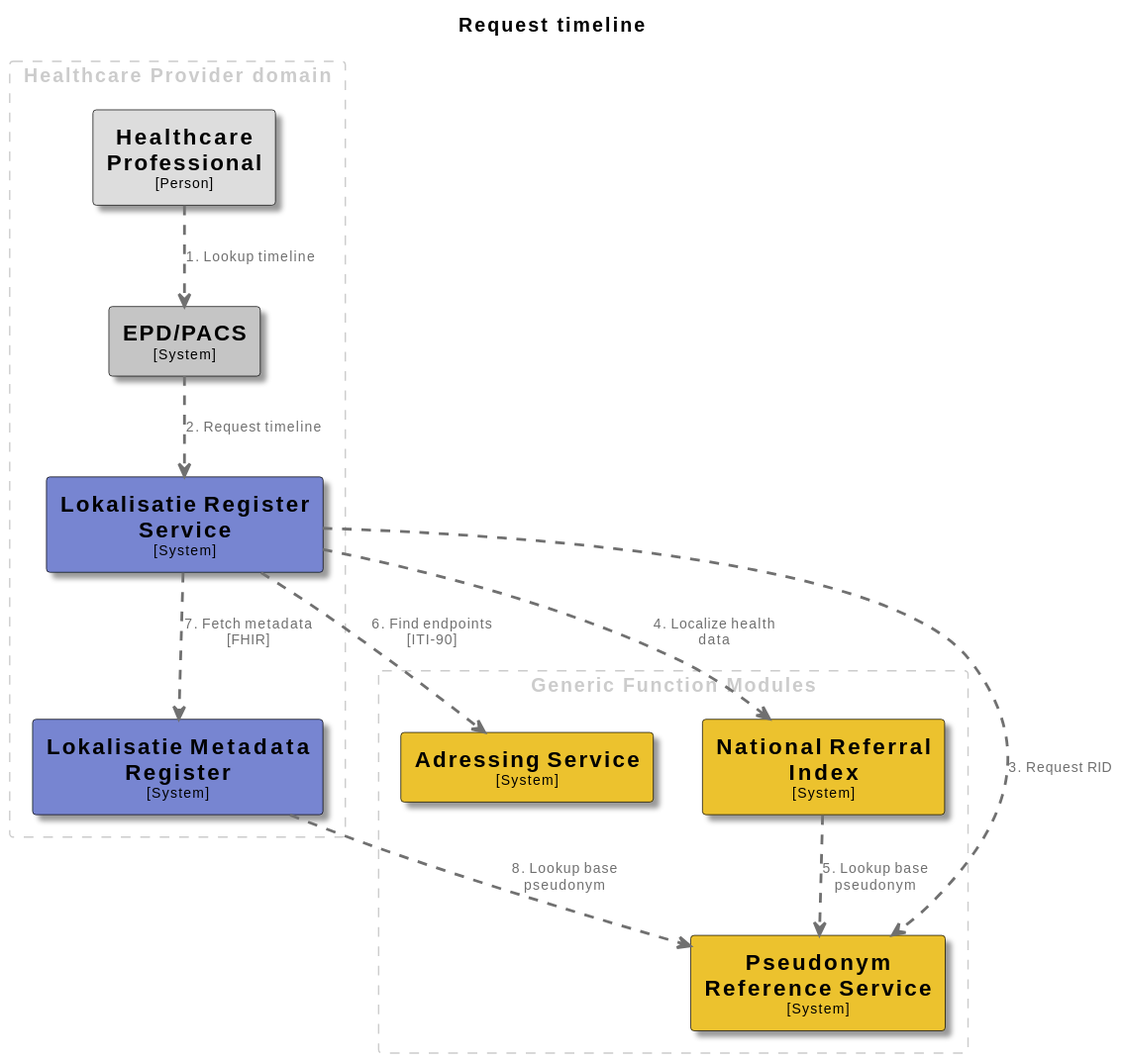
minvws/gfmodules-coordination keeps this PlantUML diagram as docs/images/structurizr-RequestTimeline.svg. Above is the earlier version. Its diagram source:
```plantuml
@startuml
set separator none
title Request timeline

top to bottom direction

skinparam {
  arrowFontSize 10
  defaultTextAlignment center
  wrapWidth 200
  maxMessageSize 100
}

hide stereotype

skinparam rectangle<<AdressingService>> {
  BackgroundColor #ecc22e
  FontColor #000000
  BorderColor #000000
  shadowing true
}
skinparam rectangle<<EPDPACS>> {
  BackgroundColor #c5c5c5
  FontColor #000000
  BorderColor #000000
  shadowing true
}
skinparam rectangle<<HealthcareProfessional>> {
  BackgroundColor #dddddd
  FontColor #000000
  BorderColor #000000
  shadowing true
}
skinparam rectangle<<LokalisatieMetadataRegister>> {
  BackgroundColor #7785d1
  FontColor #000000
  BorderColor #000000
  shadowing true
}
skinparam rectangle<<LokalisatieRegisterService>> {
  BackgroundColor #7785d1
  FontColor #000000
  BorderColor #000000
  shadowing true
}
skinparam rectangle<<NationalReferralIndex>> {
  BackgroundColor #ecc22e
  FontColor #000000
  BorderColor #000000
  shadowing true
}
skinparam rectangle<<PseudonymReferenceService>> {
  BackgroundColor #ecc22e
  FontColor #000000
  BorderColor #000000
  shadowing true
}

rectangle "Generic Function Modules" <<group1>> as group1 {
  skinparam RectangleBorderColor<<group1>> #cccccc
  skinparam RectangleFontColor<<group1>> #cccccc
  skinparam RectangleBorderStyle<<group1>> dashed

  rectangle "==Pseudonym Reference Service\n<size:10>[System]</size>" <<PseudonymReferenceService>> as PseudonymReferenceService
  rectangle "==Adressing Service\n<size:10>[System]</size>" <<AdressingService>> as AdressingService
  rectangle "==National Referral Index\n<size:10>[System]</size>" <<NationalReferralIndex>> as NationalReferralIndex
}

rectangle "Healthcare Provider domain" <<group2>> as group2 {
  skinparam RectangleBorderColor<<group2>> #cccccc
  skinparam RectangleFontColor<<group2>> #cccccc
  skinparam RectangleBorderStyle<<group2>> dashed

  rectangle "==Lokalisatie Metadata Register\n<size:10>[System]</size>" <<LokalisatieMetadataRegister>> as LokalisatieMetadataRegister
  rectangle "==Lokalisatie Register Service\n<size:10>[System]</size>" <<LokalisatieRegisterService>> as LokalisatieRegisterService
  rectangle "==Healthcare Professional\n<size:10>[Person]</size>" <<HealthcareProfessional>> as HealthcareProfessional
  rectangle "==EPD/PACS\n<size:10>[System]</size>" <<EPDPACS>> as EPDPACS
}

HealthcareProfessional .[#707070,thickness=2].> EPDPACS : "<color:#707070>1. Lookup timeline"
EPDPACS .[#707070,thickness=2].> LokalisatieRegisterService : "<color:#707070>2. Request timeline"
LokalisatieRegisterService .[#707070,thickness=2].> PseudonymReferenceService : "<color:#707070>3. Request RID"
LokalisatieRegisterService .[#707070,thickness=2].> NationalReferralIndex : "<color:#707070>4. Localize health data"
NationalReferralIndex .[#707070,thickness=2].> PseudonymReferenceService : "<color:#707070>5. Lookup base pseudonym"
LokalisatieRegisterService .[#707070,thickness=2].> AdressingService : "<color:#707070>6. Find endpoints [ITI-90]"
LokalisatieRegisterService .[#707070,thickness=2].> LokalisatieMetadataRegister : "<color:#707070>7. Fetch metadata [FHIR]"
LokalisatieMetadataRegister .[#707070,thickness=2].> PseudonymReferenceService : "<color:#707070>8. Lookup base pseudonym"
@enduml
```
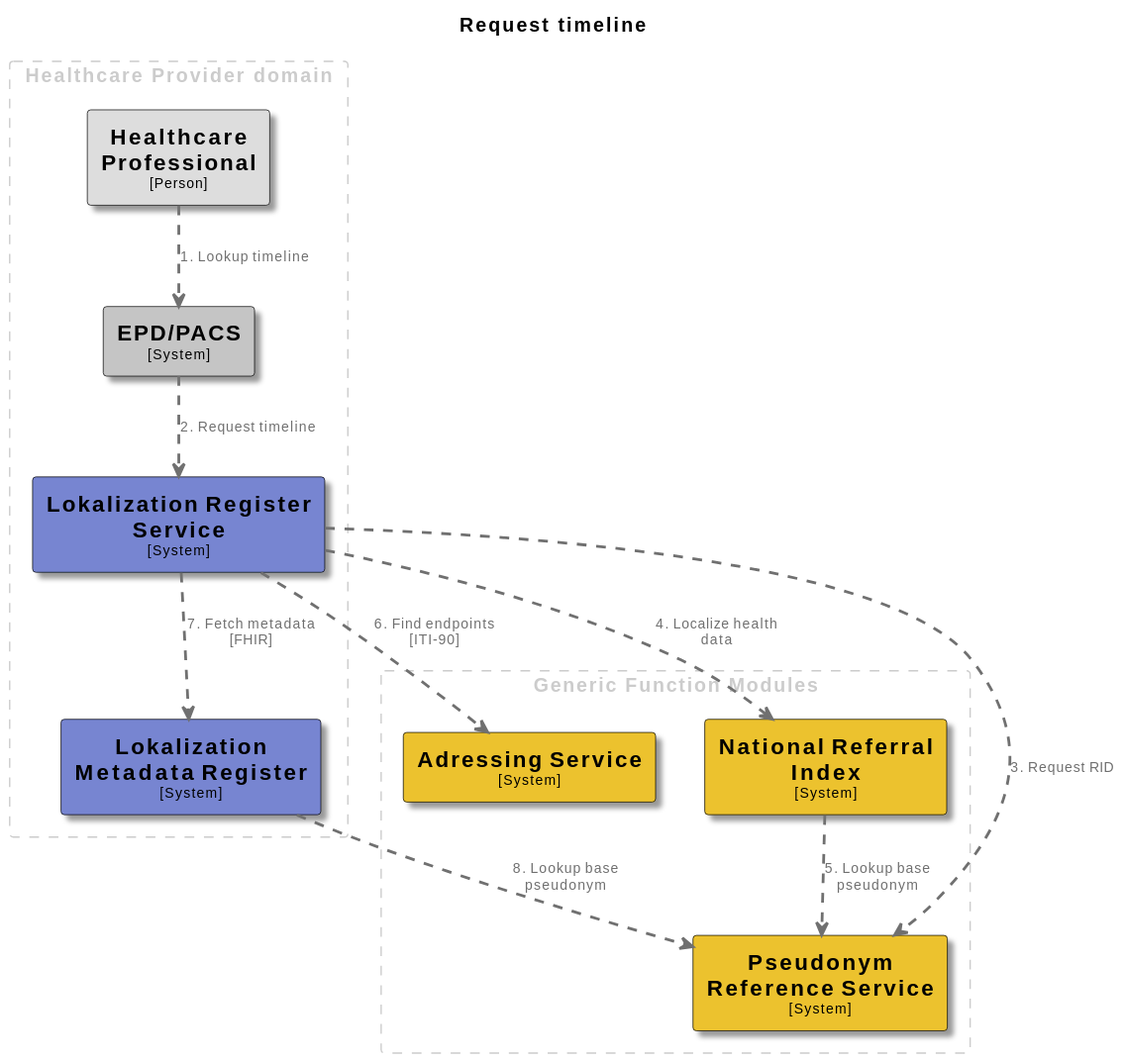
After the change.

What changed in the source:
```diff
@@ -31,13 +31,13 @@
   BorderColor #000000
   shadowing true
 }
-skinparam rectangle<<LokalisatieMetadataRegister>> {
+skinparam rectangle<<LokalizationMetadataRegister>> {
   BackgroundColor #7785d1
   FontColor #000000
   BorderColor #000000
   shadowing true
 }
-skinparam rectangle<<LokalisatieRegisterService>> {
+skinparam rectangle<<LokalizationRegisterService>> {
   BackgroundColor #7785d1
   FontColor #000000
   BorderColor #000000
@@ -71,18 +71,18 @@
   skinparam RectangleFontColor<<group2>> #cccccc
   skinparam RectangleBorderStyle<<group2>> dashed
 
-  rectangle "==Lokalisatie Metadata Register\n<size:10>[System]</size>" <<LokalisatieMetadataRegister>> as LokalisatieMetadataRegister
-  rectangle "==Lokalisatie Register Service\n<size:10>[System]</size>" <<LokalisatieRegisterService>> as LokalisatieRegisterService
+  rectangle "==Lokalization Metadata Register\n<size:10>[System]</size>" <<LokalizationMetadataRegister>> as LokalizationMetadataRegister
+  rectangle "==Lokalization Register Service\n<size:10>[System]</size>" <<LokalizationRegisterService>> as LokalizationRegisterService
   rectangle "==Healthcare Professional\n<size:10>[Person]</size>" <<HealthcareProfessional>> as HealthcareProfessional
   rectangle "==EPD/PACS\n<size:10>[System]</size>" <<EPDPACS>> as EPDPACS
 }
 
 HealthcareProfessional .[#707070,thickness=2].> EPDPACS : "<color:#707070>1. Lookup timeline"
-EPDPACS .[#707070,thickness=2].> LokalisatieRegisterService : "<color:#707070>2. Request timeline"
-LokalisatieRegisterService .[#707070,thickness=2].> PseudonymReferenceService : "<color:#707070>3. Request RID"
-LokalisatieRegisterService .[#707070,thickness=2].> NationalReferralIndex : "<color:#707070>4. Localize health data"
+EPDPACS .[#707070,thickness=2].> LokalizationRegisterService : "<color:#707070>2. Request timeline"
+LokalizationRegisterService .[#707070,thickness=2].> PseudonymReferenceService : "<color:#707070>3. Request RID"
+LokalizationRegisterService .[#707070,thickness=2].> NationalReferralIndex : "<color:#707070>4. Localize health data"
 NationalReferralIndex .[#707070,thickness=2].> PseudonymReferenceService : "<color:#707070>5. Lookup base pseudonym"
-LokalisatieRegisterService .[#707070,thickness=2].> AdressingService : "<color:#707070>6. Find endpoints [ITI-90]"
-LokalisatieRegisterService .[#707070,thickness=2].> LokalisatieMetadataRegister : "<color:#707070>7. Fetch metadata [FHIR]"
-LokalisatieMetadataRegister .[#707070,thickness=2].> PseudonymReferenceService : "<color:#707070>8. Lookup base pseudonym"
+LokalizationRegisterService .[#707070,thickness=2].> AdressingService : "<color:#707070>6. Find endpoints [ITI-90]"
+LokalizationRegisterService .[#707070,thickness=2].> LokalizationMetadataRegister : "<color:#707070>7. Fetch metadata [FHIR]"
+LokalizationMetadataRegister .[#707070,thickness=2].> PseudonymReferenceService : "<color:#707070>8. Lookup base pseudonym"
 @enduml
```
